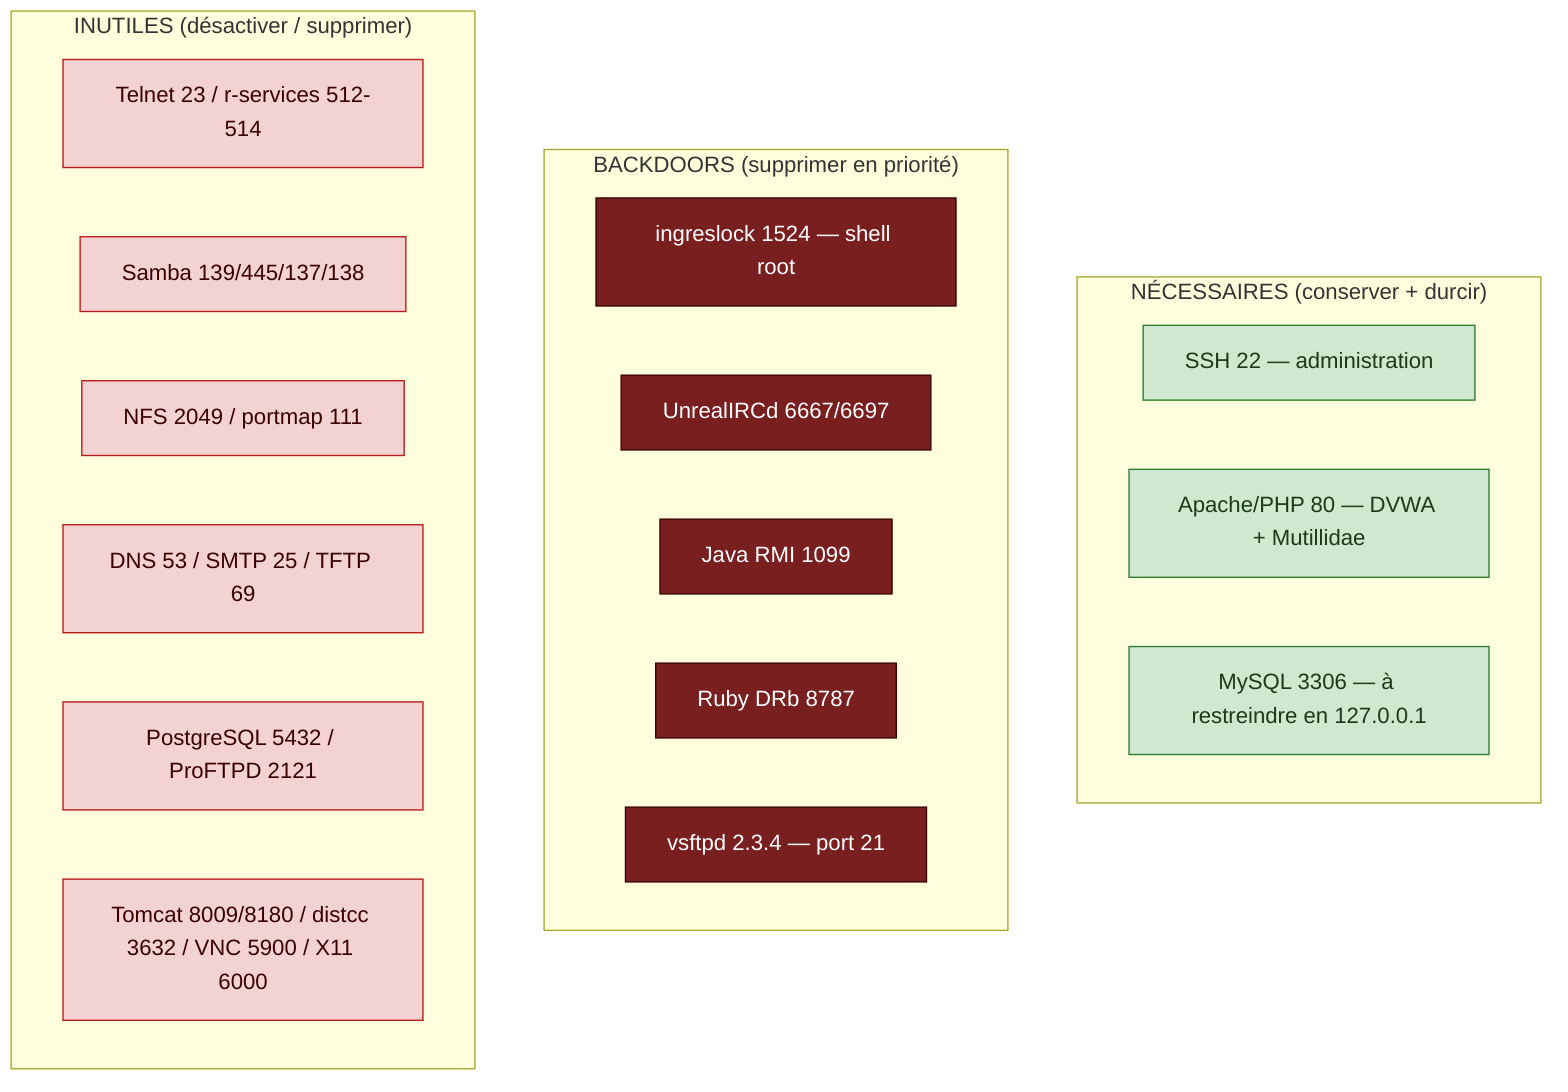
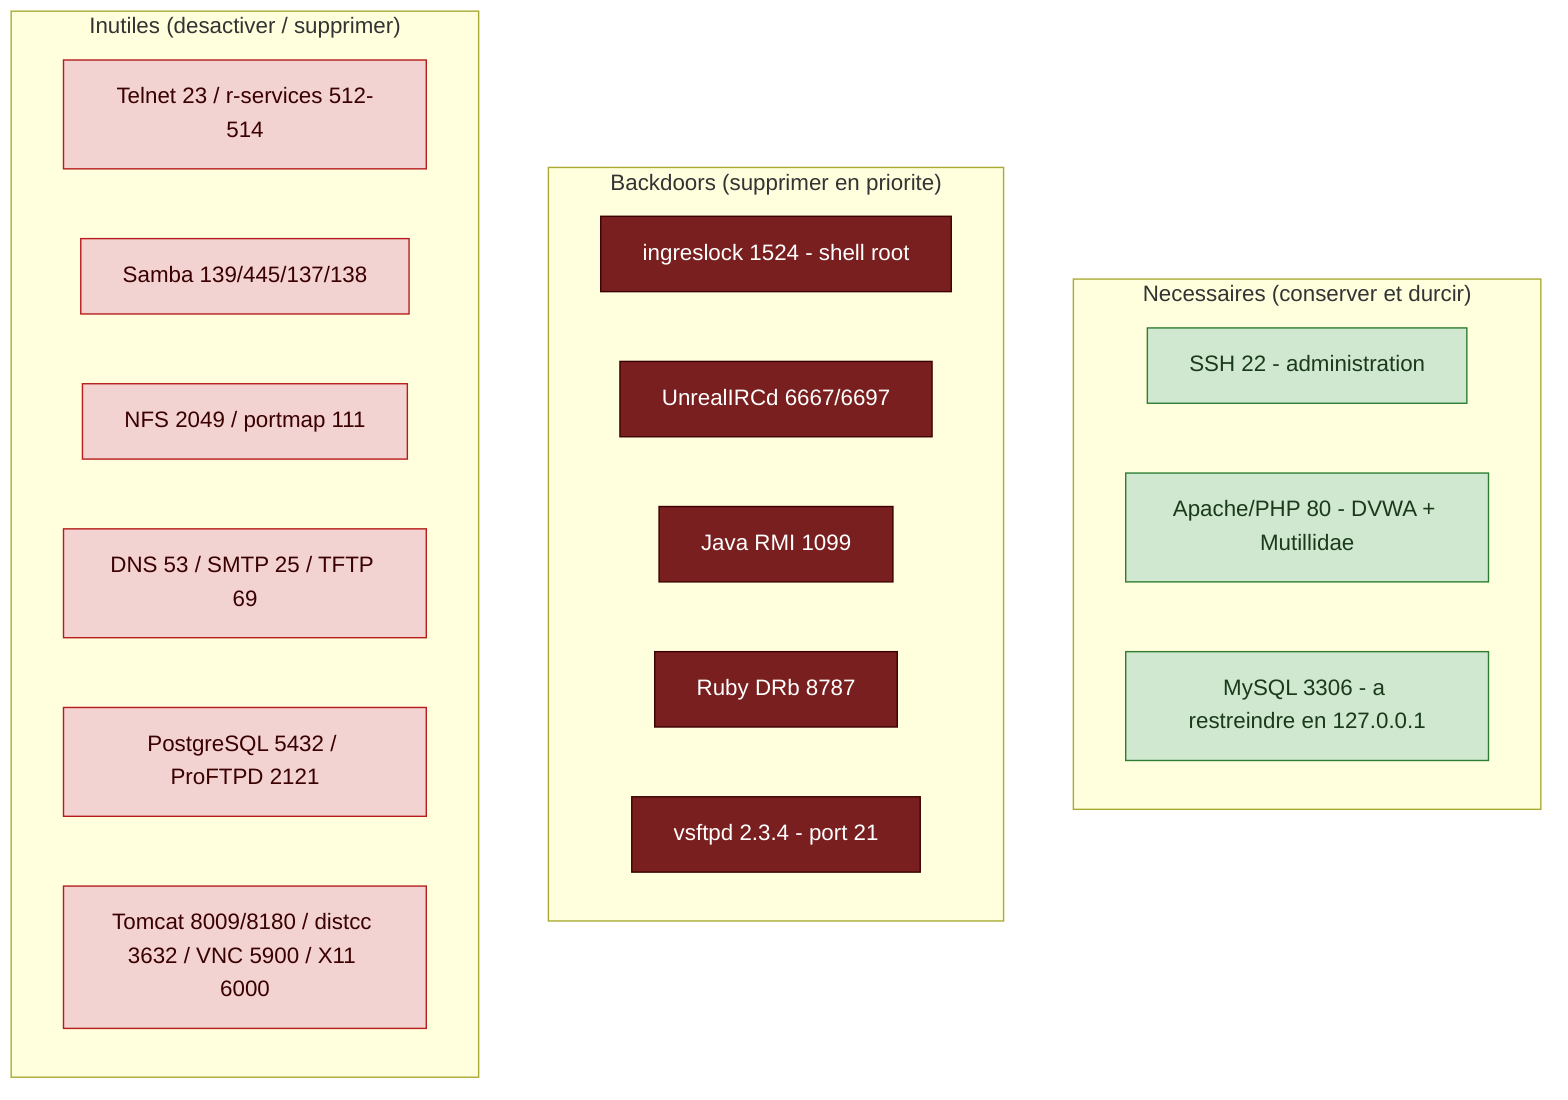
- %% Vue services — nécessaires vs inutiles vs backdoors (Metasploitable 2)
+ %% Vue services — necessaires / inutiles / backdoors (Metasploitable 2)
flowchart TB
    classDef keep fill:#cfe8cf,stroke:#2e7d32,color:#1b3a1b;
    classDef drop fill:#f3d2d2,stroke:#b71c1c,color:#3a0000;
    classDef back fill:#7a1f1f,stroke:#3a0000,color:#ffffff;

-     subgraph NEED["NÉCESSAIRES (conserver + durcir)"]
-         S22["SSH 22 — administration"]:::keep
-         S80["Apache/PHP 80 — DVWA + Mutillidae"]:::keep
-         S3306["MySQL 3306 — à restreindre en 127.0.0.1"]:::keep
+     subgraph NEED["Necessaires (conserver et durcir)"]
+         S22["SSH 22 - administration"]:::keep
+         S80["Apache/PHP 80 - DVWA + Mutillidae"]:::keep
+         S3306["MySQL 3306 - a restreindre en 127.0.0.1"]:::keep
    end

-     subgraph BACK["BACKDOORS (supprimer en priorité)"]
-         ING["ingreslock 1524 — shell root"]:::back
+     subgraph BACK["Backdoors (supprimer en priorite)"]
+         ING["ingreslock 1524 - shell root"]:::back
        IRC["UnrealIRCd 6667/6697"]:::back
        RMI["Java RMI 1099"]:::back
        DRB["Ruby DRb 8787"]:::back
-         VS["vsftpd 2.3.4 — port 21"]:::back
+         VS["vsftpd 2.3.4 - port 21"]:::back
    end

-     subgraph USELESS["INUTILES (désactiver / supprimer)"]
+     subgraph USELESS["Inutiles (desactiver / supprimer)"]
        TEL["Telnet 23 / r-services 512-514"]:::drop
        SMB["Samba 139/445/137/138"]:::drop
        NFS["NFS 2049 / portmap 111"]:::drop
        DNS["DNS 53 / SMTP 25 / TFTP 69"]:::drop
        PG["PostgreSQL 5432 / ProFTPD 2121"]:::drop
        JAVA["Tomcat 8009/8180 / distcc 3632 / VNC 5900 / X11 6000"]:::drop
    end
